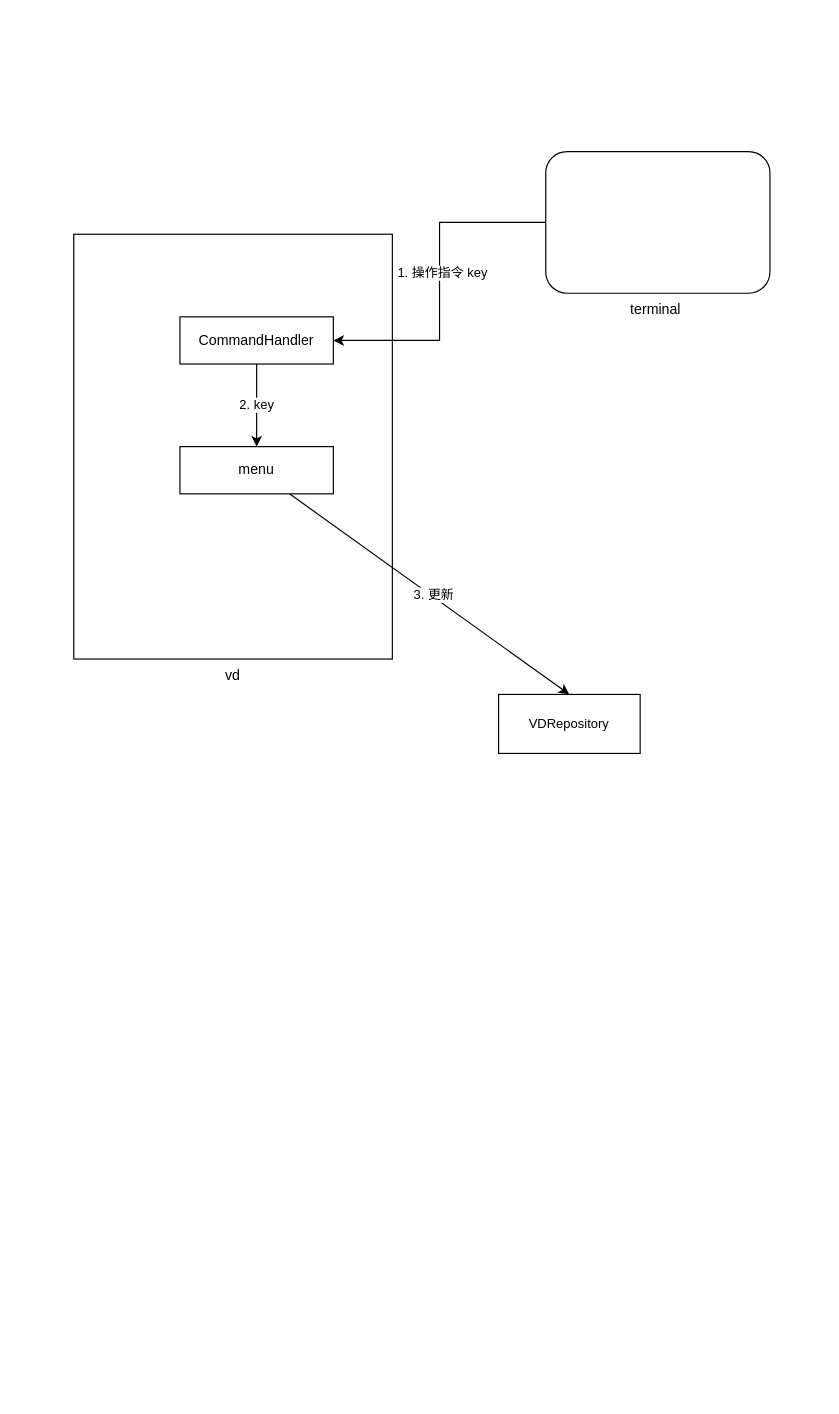
AOisUsed/vds keeps this draw.io diagram as page "vd" (2 of 4) of vds图示.drawio. Above is the earlier version. Source tidied: cells renumbered, new cells numbered last; positions are measured from the earlier drawing's top-left corner, leaving out a move shared by most shapes. Both pictures are drawn from the tidied source at 118%, with x=0, y=0 at pixel (73, 151).
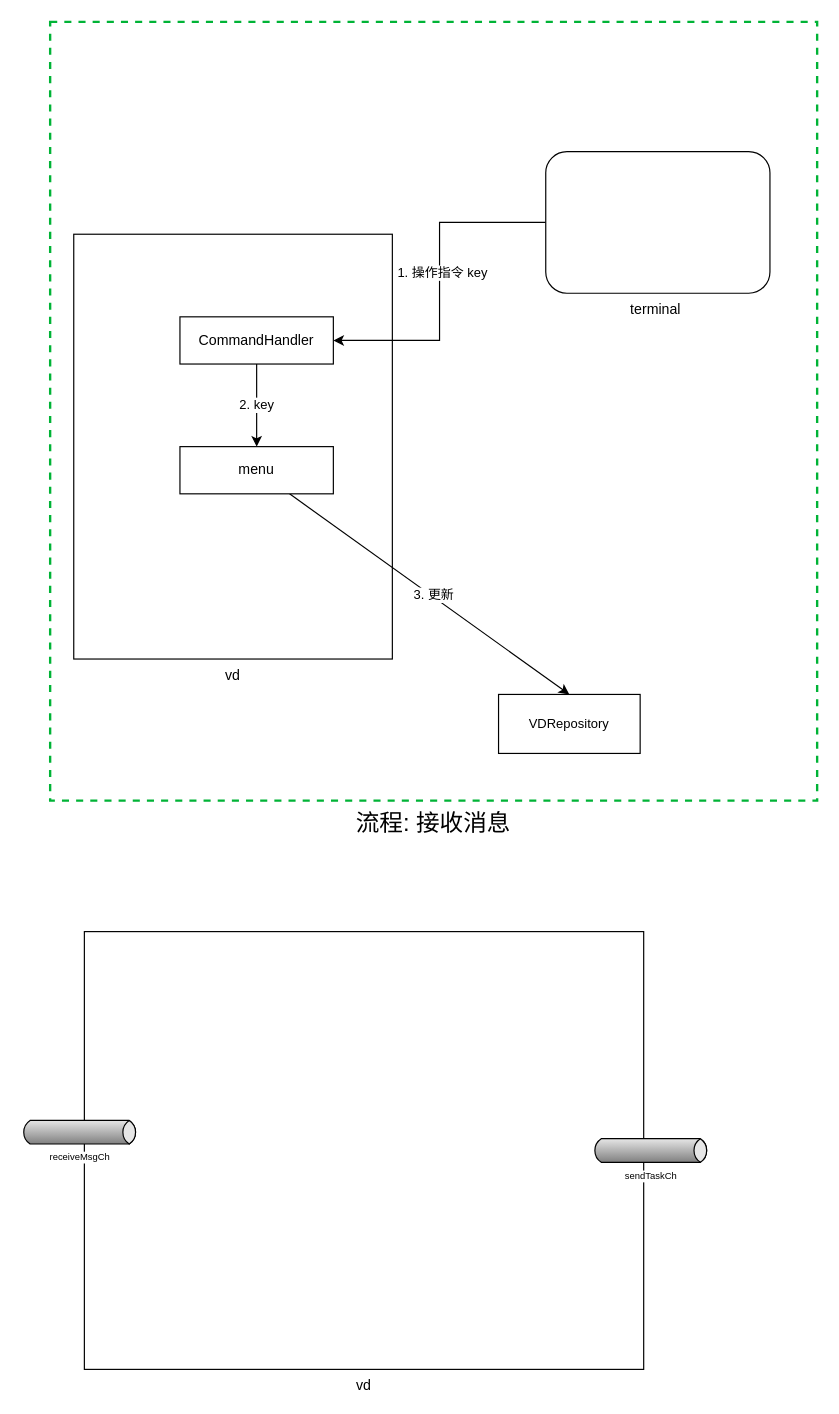
The same diagram, later.

Change to the diagram source:
```diff
@@
 <mxGraphModel>
   <root>
     <mxCell id="0" />
     <mxCell id="1" parent="0" />
     <mxCell id="2" value="vd" style="rounded=0;whiteSpace=wrap;html=1;verticalAlign=top;labelPosition=center;verticalLabelPosition=bottom;align=center;glass=0;" parent="1" vertex="1">
       <mxGeometry y="70" width="270" height="360" as="geometry" />
     </mxCell>
     <mxCell id="3" style="edgeStyle=orthogonalEdgeStyle;rounded=0;jettySize=auto;html=1;entryX=1;entryY=0.5;entryDx=0;entryDy=0;" parent="1" edge="1" source="5" target="7">
       <mxGeometry relative="1" as="geometry" />
     </mxCell>
     <mxCell id="4" value="1. 操作指令 key&amp;nbsp;" style="edgeLabel;html=1;align=center;verticalAlign=middle;" parent="3" vertex="1">
       <mxGeometry x="-0.06" y="3" relative="1" as="geometry" />
     </mxCell>
     <mxCell id="5" value="terminal&amp;nbsp;" style="rounded=1;whiteSpace=wrap;html=1;verticalAlign=top;labelPosition=center;verticalLabelPosition=bottom;align=center;" parent="1" vertex="1">
       <mxGeometry x="400" width="190" height="120" as="geometry" />
     </mxCell>
     <mxCell id="6" value="2. key" style="rounded=0;jettySize=auto;html=1;" parent="1" edge="1" source="7" target="10">
       <mxGeometry relative="1" as="geometry" />
     </mxCell>
     <mxCell id="7" value="CommandHandler" style="rounded=0;whiteSpace=wrap;html=1;" parent="1" vertex="1">
       <mxGeometry x="90" y="140" width="130" height="40" as="geometry" />
     </mxCell>
     <mxCell id="8" style="rounded=0;jettySize=auto;html=1;entryX=0.5;entryY=0;entryDx=0;entryDy=0;" parent="1" edge="1" source="10" target="11">
       <mxGeometry relative="1" as="geometry" />
     </mxCell>
     <mxCell id="9" value="3. 更新" style="edgeLabel;html=1;align=center;verticalAlign=middle;" parent="8" vertex="1">
       <mxGeometry x="0.02" y="2" relative="1" as="geometry">
         <mxPoint x="-1" as="offset" />
       </mxGeometry>
     </mxCell>
     <mxCell id="10" value="menu" style="rounded=0;whiteSpace=wrap;html=1;" parent="1" vertex="1">
       <mxGeometry x="90" y="250" width="130" height="40" as="geometry" />
     </mxCell>
     <mxCell id="11" value="VDRepository" style="rounded=0;whiteSpace=wrap;html=1;fontFamily=Helvetica;fontSize=11;fontColor=default;" parent="1" vertex="1">
       <mxGeometry x="360" y="460" width="120" height="50" as="geometry" />
     </mxCell>
+    <mxCell id="12" value="流程: 接收消息" style="rounded=0;whiteSpace=wrap;html=1;fillColor=none;strokeColor=#00B336;strokeWidth=2;verticalAlign=top;labelPosition=center;verticalLabelPosition=bottom;align=center;dashed=1;fontSize=20;" parent="1" vertex="1">
+      <mxGeometry x="-20" y="-110" width="650" height="660" as="geometry" />
+    </mxCell>
+    <mxCell id="13" value="vd" style="rounded=0;whiteSpace=wrap;html=1;verticalAlign=top;labelPosition=center;verticalLabelPosition=bottom;align=center;" parent="1" vertex="1">
+      <mxGeometry x="9" y="661" width="474" height="371" as="geometry" />
+    </mxCell>
+    <mxCell id="14" value="sendTaskCh" style="strokeWidth=1;dashed=0;align=center;html=1;fontSize=8;shape=mxgraph.eip.messageChannel;verticalLabelPosition=bottom;labelBackgroundColor=#ffffff;verticalAlign=top;" parent="1" vertex="1">
+      <mxGeometry x="439" y="836.5" width="100" height="20" as="geometry" />
+    </mxCell>
+    <mxCell id="15" value="receiveMsgCh" style="strokeWidth=1;dashed=0;align=center;html=1;fontSize=8;shape=mxgraph.eip.messageChannel;verticalLabelPosition=bottom;labelBackgroundColor=#ffffff;verticalAlign=top;" parent="1" vertex="1">
+      <mxGeometry x="-45" y="821" width="100" height="20" as="geometry" />
+    </mxCell>
   </root>
 </mxGraphModel>
```
